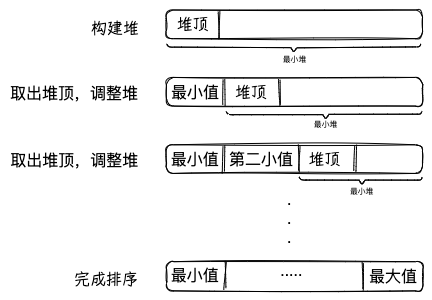
iDukeLu/iDukeLu.github.io keeps this Excalidraw diagram as excalidraw/sort/heap_sort.excalidraw.png. Above is the earlier version. Source tidied: one line per element, renumbered; positions are measured from the earlier drawing's top-left corner, leaving out a move shared by most shapes.
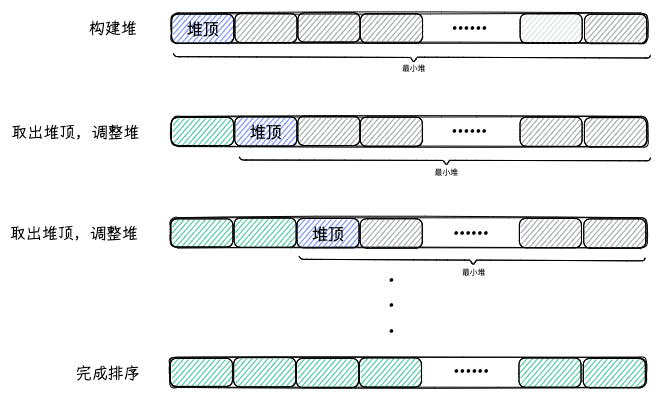
After the change.

What changed in the source:
```diff
@@ -1,44 +1,58 @@
+{"id": 44, "type": "rectangle", "strokeColor": "#000000", "strokeWidth": 1, "roughness": 1, "round": true, "x": 621, "y": -10, "width": 477, "height": 30}
+{"id": 45, "type": "text", "text": "......", "strokeColor": "#000000", "strokeWidth": 1, "roughness": 0, "fontSize": 21.72, "fontFamily": 1, "x": 901, "y": -13, "width": 36, "height": 25}
+{"id": 36, "type": "text", "text": ".\n.\n.", "strokeColor": "#000000", "strokeWidth": 1, "roughness": 0, "fontSize": 21.8, "fontFamily": 1, "x": 838, "y": 136, "width": 6, "height": 76}
+{"id": 46, "type": "text", "text": "取出堆顶，调整堆", "strokeColor": "#000000", "strokeWidth": 1, "roughness": 0, "fontSize": 16, "fontFamily": 1, "x": 462, "y": -3, "width": 128, "height": 19}
+{"id": 37, "type": "text", "text": "完成排序", "strokeColor": "#000000", "strokeWidth": 1, "roughness": 0, "fontSize": 16, "fontFamily": 1, "x": 526, "y": 238, "width": 64, "height": 19}
+{"id": 47, "type": "rectangle", "strokeColor": "#000000", "backgroundColor": "#12b886", "fillStyle": "hachure", "strokeWidth": 1, "roughness": 0, "round": true, "x": 622, "y": -9, "width": 62, "height": 28}
+{"id": 48, "type": "rectangle", "strokeColor": "#000000", "backgroundColor": "#4c6ef5", "fillStyle": "hachure", "strokeWidth": 1, "roughness": 0, "round": true, "x": 685, "y": -10, "width": 62, "height": 29}
+{"id": 49, "type": "text", "text": "堆顶", "strokeColor": "#000000", "backgroundColor": "#4c6ef5", "fillStyle": "hachure", "strokeWidth": 1, "roughness": 0, "fontSize": 16, "fontFamily": 2, "textAlign": "center", "verticalAlign": "middle", "inside": 48, "x": 700, "y": -5, "width": 32, "height": 19}
+{"id": 50, "type": "rectangle", "strokeColor": "#000000", "backgroundColor": "#868e96", "fillStyle": "hachure", "strokeWidth": 1, "roughness": 0, "round": true, "x": 748, "y": -11, "width": 62, "height": 29}
+{"id": 51, "type": "rectangle", "strokeColor": "#000000", "backgroundColor": "#868e96", "fillStyle": "hachure", "strokeWidth": 1, "roughness": 0, "round": true, "x": 810, "y": -10, "width": 62, "height": 29}
+{"id": 52, "type": "rectangle", "strokeColor": "#000000", "backgroundColor": "#868e96", "fillStyle": "hachure", "strokeWidth": 1, "roughness": 0, "round": true, "x": 970, "y": -10, "width": 62, "height": 29}
+{"id": 53, "type": "rectangle", "strokeColor": "#000000", "backgroundColor": "#868e96", "fillStyle": "hachure", "strokeWidth": 1, "roughness": 0, "round": true, "x": 1035, "y": -9, "width": 62, "height": 29}
+{"id": 54, "type": "rectangle", "strokeColor": "#000000", "strokeWidth": 1, "roughness": 1, "round": true, "x": 620, "y": 91, "width": 477, "height": 30}
+{"id": 55, "type": "text", "text": "......", "strokeColor": "#000000", "strokeWidth": 1, "roughness": 0, "fontSize": 21.72, "fontFamily": 1, "x": 903, "y": 89, "width": 36, "height": 25}
+{"id": 56, "type": "rectangle", "strokeColor": "#000000", "backgroundColor": "#12b886", "fillStyle": "hachure", "strokeWidth": 1, "roughness": 0, "round": true, "x": 621, "y": 92, "width": 62, "height": 28}
+{"id": 57, "type": "rectangle", "strokeColor": "#000000", "backgroundColor": "#12b886", "fillStyle": "hachure", "strokeWidth": 1, "roughness": 0, "round": true, "x": 684, "y": 91, "width": 62, "height": 29}
+{"id": 58, "type": "rectangle", "strokeColor": "#000000", "backgroundColor": "#4c6ef5", "fillStyle": "hachure", "strokeWidth": 1, "roughness": 0, "round": true, "x": 747, "y": 92, "width": 62, "height": 29}
+{"id": 59, "type": "text", "text": "堆顶", "strokeColor": "#000000", "backgroundColor": "#4c6ef5", "fillStyle": "hachure", "strokeWidth": 1, "roughness": 0, "fontSize": 16, "fontFamily": 2, "textAlign": "center", "verticalAlign": "middle", "inside": 58, "x": 762, "y": 97, "width": 32, "height": 19}
+{"id": 60, "type": "rectangle", "strokeColor": "#000000", "backgroundColor": "#868e96", "fillStyle": "hachure", "strokeWidth": 1, "roughness": 0, "round": true, "x": 810, "y": 92, "width": 62, "height": 29}
+{"id": 61, "type": "rectangle", "strokeColor": "#000000", "backgroundColor": "#868e96", "fillStyle": "hachure", "strokeWidth": 1, "roughness": 0, "round": true, "x": 970, "y": 92, "width": 62, "height": 29}
+{"id": 62, "type": "rectangle", "strokeColor": "#000000", "backgroundColor": "#868e96", "fillStyle": "hachure", "strokeWidth": 1, "roughness": 0, "round": true, "x": 1034, "y": 92, "width": 62, "height": 29}
+{"id": 63, "type": "rectangle", "strokeColor": "#000000", "strokeWidth": 1, "roughness": 1, "round": true, "x": 620, "y": 230, "width": 477, "height": 30}
+{"id": 64, "type": "text", "text": "......", "strokeColor": "#000000", "strokeWidth": 1, "roughness": 0, "fontSize": 21.72, "fontFamily": 1, "x": 903, "y": 227, "width": 36, "height": 25}
+{"id": 65, "type": "rectangle", "strokeColor": "#000000", "backgroundColor": "#12b886", "fillStyle": "hachure", "strokeWidth": 1, "roughness": 0, "round": true, "x": 621, "y": 232, "width": 62, "height": 28}
+{"id": 66, "type": "rectangle", "strokeColor": "#000000", "backgroundColor": "#12b886", "fillStyle": "hachure", "strokeWidth": 1, "roughness": 0, "round": true, "x": 684, "y": 231, "width": 62, "height": 29}
+{"id": 67, "type": "rectangle", "strokeColor": "#000000", "backgroundColor": "#12b886", "fillStyle": "hachure", "strokeWidth": 1, "roughness": 0, "round": true, "x": 747, "y": 232, "width": 62, "height": 29}
+{"id": 68, "type": "rectangle", "strokeColor": "#000000", "backgroundColor": "#12b886", "fillStyle": "hachure", "strokeWidth": 1, "roughness": 0, "round": true, "x": 810, "y": 231, "width": 62, "height": 29}
+{"id": 69, "type": "rectangle", "strokeColor": "#000000", "backgroundColor": "#12b886", "fillStyle": "hachure", "strokeWidth": 1, "roughness": 0, "round": true, "x": 969, "y": 231, "width": 62, "height": 29}
+{"id": 70, "type": "rectangle", "strokeColor": "#000000", "backgroundColor": "#12b886", "fillStyle": "hachure", "strokeWidth": 1, "roughness": 0, "round": true, "x": 1033, "y": 232, "width": 62, "height": 29}
+{"id": 71, "type": "line", "strokeColor": "#000000", "strokeWidth": 1, "roughness": 0, "round": true, "x": 689, "y": 30, "width": 8, "height": 3, "points": [[0, 0], [3, 3], [8, 3]]}
+{"id": 72, "type": "line", "strokeColor": "#000000", "strokeWidth": 1, "roughness": 0, "round": true, "x": 697, "y": 33, "width": 196, "height": 0, "points": [[0, 0], [196, 0]]}
+{"id": 73, "type": "line", "strokeColor": "#000000", "strokeWidth": 1, "roughness": 0, "round": true, "x": 893, "y": 34, "width": 6, "height": 4, "points": [[0, 0], [3, 4], [6, 0]]}
+{"id": 74, "type": "line", "strokeColor": "#000000", "strokeWidth": 1, "roughness": 0, "round": true, "x": 1096, "y": 34, "width": 5, "height": 3, "points": [[0, 0], [3, 0], [5, -3]]}
+{"id": 75, "type": "text", "text": "最小堆", "strokeColor": "#000000", "strokeWidth": 1, "roughness": 0, "fontSize": 7.86, "fontFamily": 2, "x": 885, "y": 41, "width": 24, "height": 8}
+{"id": 76, "type": "line", "strokeColor": "#000000", "strokeWidth": 1, "roughness": 0, "round": true, "x": 900, "y": 34, "width": 196, "height": 0, "points": [[0, 0], [196, 0]]}
+{"id": 77, "type": "line", "strokeColor": "#000000", "strokeWidth": 1, "roughness": 0, "round": true, "x": 749, "y": 129, "width": 8, "height": 3, "points": [[0, 0], [3, 3], [8, 3]]}
+{"id": 78, "type": "line", "strokeColor": "#000000", "strokeWidth": 1, "roughness": 0, "round": true, "x": 757, "y": 133, "width": 163, "height": 1, "points": [[0, 0], [163, 1]]}
+{"id": 79, "type": "line", "strokeColor": "#000000", "strokeWidth": 1, "roughness": 0, "round": true, "x": 920, "y": 134, "width": 6, "height": 4, "points": [[0, 0], [3, 4], [6, 0]]}
+{"id": 80, "type": "line", "strokeColor": "#000000", "strokeWidth": 1, "roughness": 0, "round": true, "x": 1090, "y": 134, "width": 5, "height": 3, "points": [[0, 0], [3, 0], [5, -3]]}
+{"id": 81, "type": "text", "text": "最小堆", "strokeColor": "#000000", "strokeWidth": 1, "roughness": 0, "fontSize": 7.86, "fontFamily": 2, "x": 912, "y": 141, "width": 24, "height": 8}
+{"id": 82, "type": "line", "strokeColor": "#000000", "strokeWidth": 1, "roughness": 0, "round": true, "x": 927, "y": 133, "width": 164, "height": 1, "points": [[0, 0], [164, 1]]}
+{"id": 83, "type": "rectangle", "strokeColor": "#000000", "strokeWidth": 1, "roughness": 1, "round": true, "x": 621, "y": -114, "width": 477, "height": 30}
+{"id": 84, "type": "text", "text": "......", "strokeColor": "#000000", "strokeWidth": 1, "roughness": 0, "fontSize": 21.72, "fontFamily": 1, "x": 902, "y": -117, "width": 36, "height": 25}
-{"id": 0, "type": "text", "text": "构建堆", "strokeColor": "#000000", "strokeWidth": 1, "roughness": 1, "fontSize": 16, "fontFamily": 1, "x": 81, "y": 9, "width": 48, "height": 19}
+{"id": 0, "type": "text", "text": "构建堆", "strokeColor": "#000000", "strokeWidth": 1, "roughness": 0, "fontSize": 16, "fontFamily": 1, "x": 539, "y": -108, "width": 48, "height": 19}
-{"id": 1, "type": "rectangle", "strokeColor": "#000000", "strokeWidth": 1, "roughness": 1, "round": true, "x": 156, "y": 0, "width": 256, "height": 29}
-{"id": 2, "type": "line", "strokeColor": "#000000", "strokeWidth": 1, "roughness": 1, "round": true, "x": 209, "y": 1, "width": 1, "height": 26, "points": [[0, 0], [-1, 26]]}
-{"id": 3, "type": "text", "text": "堆顶", "strokeColor": "#000000", "strokeWidth": 1, "roughness": 1, "fontSize": 16, "fontFamily": 1, "x": 167, "y": 6, "width": 32, "height": 19}
-{"id": 4, "type": "rectangle", "strokeColor": "#000000", "strokeWidth": 1, "roughness": 1, "round": true, "x": 156, "y": 67, "width": 256, "height": 29}
-{"id": 5, "type": "line", "strokeColor": "#000000", "strokeWidth": 1, "roughness": 1, "round": true, "x": 270, "y": 69, "width": 1, "height": 26, "points": [[0, 0], [-1, 26]]}
-{"id": 6, "type": "text", "text": "堆顶", "strokeColor": "#000000", "strokeWidth": 1, "roughness": 1, "fontSize": 16, "fontFamily": 1, "x": 225, "y": 74, "width": 32, "height": 19}
-{"id": 7, "type": "line", "strokeColor": "#000000", "strokeWidth": 1, "roughness": 1, "round": true, "x": 214, "y": 69, "width": 1, "height": 26, "points": [[0, 0], [-1, 26]]}
-{"id": 8, "type": "text", "text": "最小值", "strokeColor": "#000000", "strokeWidth": 1, "roughness": 1, "fontSize": 16, "fontFamily": 2, "x": 161, "y": 71, "width": 48, "height": 19}
-{"id": 9, "type": "text", "text": "取出堆顶，调整堆", "strokeColor": "#000000", "strokeWidth": 1, "roughness": 1, "fontSize": 16, "fontFamily": 2, "x": 0, "y": 73, "width": 128, "height": 19}
-{"id": 10, "type": "rectangle", "strokeColor": "#000000", "strokeWidth": 1, "roughness": 1, "round": true, "x": 156, "y": 135, "width": 256, "height": 29}
-{"id": 11, "type": "line", "strokeColor": "#000000", "strokeWidth": 1, "roughness": 1, "round": true, "x": 346, "y": 136, "width": 1, "height": 26, "points": [[0, 0], [-1, 26]]}
-{"id": 12, "type": "text", "text": "堆顶", "strokeColor": "#000000", "strokeWidth": 1, "roughness": 1, "fontSize": 16, "fontFamily": 1, "x": 299, "y": 141, "width": 32, "height": 19}
-{"id": 13, "type": "line", "strokeColor": "#000000", "strokeWidth": 1, "roughness": 1, "round": true, "x": 289, "y": 135, "width": 1, "height": 26, "points": [[0, 0], [-1, 26]]}
-{"id": 14, "type": "text", "text": "最小值", "strokeColor": "#000000", "strokeWidth": 1, "roughness": 1, "fontSize": 16, "fontFamily": 2, "x": 161, "y": 139, "width": 48, "height": 19}
-{"id": 15, "type": "text", "text": "取出堆顶，调整堆", "strokeColor": "#000000", "strokeWidth": 1, "roughness": 1, "fontSize": 16, "fontFamily": 2, "x": 0, "y": 140, "width": 128, "height": 19}
-{"id": 16, "type": "line", "strokeColor": "#000000", "strokeWidth": 1, "roughness": 1, "round": true, "x": 214, "y": 137, "width": 1, "height": 26, "points": [[0, 0], [-1, 26]]}
-{"id": 17, "type": "text", "text": "第二小值", "strokeColor": "#000000", "strokeWidth": 1, "roughness": 1, "fontSize": 16, "fontFamily": 2, "x": 219, "y": 139, "width": 64, "height": 19}
-{"id": 18, "type": "line", "strokeColor": "#000000", "strokeWidth": 1, "roughness": 0, "round": true, "x": 157, "y": 34, "width": 8, "height": 3, "points": [[0, 0], [3, 3], [8, 3]]}
-{"id": 19, "type": "line", "strokeColor": "#000000", "strokeWidth": 1, "roughness": 0, "round": true, "x": 164, "y": 37, "width": 117, "height": 1, "points": [[0, 0], [117, 1]]}
-{"id": 20, "type": "line", "strokeColor": "#000000", "strokeWidth": 1, "roughness": 0, "round": true, "x": 281, "y": 38, "width": 6, "height": 4, "points": [[0, 0], [3, 4], [6, 0]]}
-{"id": 21, "type": "line", "strokeColor": "#000000", "strokeWidth": 1, "roughness": 0, "round": true, "x": 287, "y": 38, "width": 119, "height": 1, "points": [[0, 0], [119, -1]]}
-{"id": 22, "type": "line", "strokeColor": "#000000", "strokeWidth": 1, "roughness": 0, "round": true, "x": 406, "y": 37, "width": 5, "height": 3, "points": [[0, 0], [3, 0], [5, -3]]}
-{"id": 23, "type": "text", "text": "最小堆", "strokeColor": "#000000", "strokeWidth": 1, "roughness": 0, "fontSize": 7.86, "fontFamily": 2, "x": 273, "y": 44, "width": 24, "height": 9}
-{"id": 24, "type": "line", "strokeColor": "#000000", "strokeWidth": 1, "roughness": 0, "round": true, "x": 216, "y": 102, "width": 8, "height": 3, "points": [[0, 0], [3, 3], [8, 3]]}
-{"id": 25, "type": "line", "strokeColor": "#000000", "strokeWidth": 1, "roughness": 0, "round": true, "x": 224, "y": 105, "width": 89, "height": 0, "points": [[0, 0], [89, 0]]}
-{"id": 26, "type": "line", "strokeColor": "#000000", "strokeWidth": 1, "roughness": 0, "round": true, "x": 313, "y": 105, "width": 6, "height": 4, "points": [[0, 0], [3, 4], [6, 0]]}
-{"id": 27, "type": "line", "strokeColor": "#000000", "strokeWidth": 1, "roughness": 0, "round": true, "x": 407, "y": 104, "width": 5, "height": 3, "points": [[0, 0], [3, 0], [5, -3]]}
-{"id": 28, "type": "text", "text": "最小堆", "strokeColor": "#000000", "strokeWidth": 1, "roughness": 0, "fontSize": 7.86, "fontFamily": 2, "x": 304, "y": 109, "width": 24, "height": 9}
-{"id": 29, "type": "line", "strokeColor": "#000000", "strokeWidth": 1, "roughness": 0, "round": true, "x": 319, "y": 104, "width": 89, "height": 0, "points": [[0, 0], [89, 0]]}
-{"id": 30, "type": "line", "strokeColor": "#000000", "strokeWidth": 1, "roughness": 0, "round": true, "x": 289, "y": 167, "width": 8, "height": 3, "points": [[0, 0], [3, 3], [8, 3]]}
-{"id": 31, "type": "line", "strokeColor": "#000000", "strokeWidth": 1, "roughness": 0, "round": true, "x": 296, "y": 170, "width": 53, "height": 0, "points": [[0, 0], [53, 0]]}
-{"id": 32, "type": "line", "strokeColor": "#000000", "strokeWidth": 1, "roughness": 0, "round": true, "x": 349, "y": 170, "width": 6, "height": 4, "points": [[0, 0], [3, 4], [6, 0]]}
-{"id": 33, "type": "line", "strokeColor": "#000000", "strokeWidth": 1, "roughness": 0, "round": true, "x": 407, "y": 170, "width": 5, "height": 3, "points": [[0, 0], [3, 0], [5, -3]]}
-{"id": 34, "type": "text", "text": "最小堆", "strokeColor": "#000000", "strokeWidth": 1, "roughness": 0, "fontSize": 7.86, "fontFamily": 2, "x": 340, "y": 176, "width": 24, "height": 9}
-{"id": 35, "type": "line", "strokeColor": "#000000", "strokeWidth": 1, "roughness": 0, "round": true, "x": 355, "y": 170, "width": 53, "height": 0, "points": [[0, 0], [53, 0]]}
-{"id": 36, "type": "text", "text": ".\n.\n.", "strokeColor": "#000000", "strokeWidth": 1, "roughness": 0, "fontSize": 16, "fontFamily": 2, "x": 277, "y": 179, "width": 4, "height": 58}
-{"id": 37, "type": "text", "text": "完成排序", "strokeColor": "#000000", "strokeWidth": 1, "roughness": 1, "fontSize": 16, "fontFamily": 1, "x": 64, "y": 260, "width": 64, "height": 19}
-{"id": 38, "type": "rectangle", "strokeColor": "#000000", "strokeWidth": 1, "roughness": 1, "round": true, "x": 157, "y": 252, "width": 256, "height": 29}
-{"id": 39, "type": "line", "strokeColor": "#000000", "strokeWidth": 1, "roughness": 1, "round": true, "x": 216, "y": 252, "width": 1, "height": 26, "points": [[0, 0], [-1, 26]]}
-{"id": 40, "type": "text", "text": "最小值", "strokeColor": "#000000", "strokeWidth": 1, "roughness": 1, "fontSize": 16, "fontFamily": 2, "x": 161, "y": 255, "width": 48, "height": 19}
-{"id": 41, "type": "text", "text": "最大值", "strokeColor": "#000000", "strokeWidth": 1, "roughness": 1, "fontSize": 16, "fontFamily": 2, "x": 359, "y": 256, "width": 48, "height": 19}
-{"id": 42, "type": "line", "strokeColor": "#000000", "strokeWidth": 1, "roughness": 1, "round": true, "x": 353, "y": 253, "width": 1, "height": 26, "points": [[0, 0], [-1, 26]]}
-{"id": 43, "type": "text", "text": ".....", "strokeColor": "#000000", "strokeWidth": 1, "roughness": 0, "fontSize": 16, "fontFamily": 2, "x": 270, "y": 250, "width": 22, "height": 19}
+{"id": 85, "type": "rectangle", "strokeColor": "#000000", "backgroundColor": "#4c6ef5", "fillStyle": "hachure", "strokeWidth": 1, "roughness": 0, "round": true, "x": 622, "y": -113, "width": 62, "height": 29}
+{"id": 86, "type": "text", "text": "堆顶", "strokeColor": "#000000", "backgroundColor": "#4c6ef5", "fillStyle": "hachure", "strokeWidth": 1, "roughness": 0, "fontSize": 16, "fontFamily": 2, "textAlign": "center", "verticalAlign": "middle", "inside": 85, "x": 637, "y": -108, "width": 32, "height": 19}
+{"id": 87, "type": "rectangle", "strokeColor": "#000000", "backgroundColor": "#868e96", "fillStyle": "hachure", "strokeWidth": 1, "roughness": 0, "round": true, "x": 685, "y": -113, "width": 62, "height": 29}
+{"id": 88, "type": "rectangle", "strokeColor": "#000000", "backgroundColor": "#868e96", "fillStyle": "hachure", "strokeWidth": 1, "roughness": 0, "round": true, "x": 748, "y": -114, "width": 62, "height": 29}
+{"id": 89, "type": "rectangle", "strokeColor": "#000000", "backgroundColor": "#868e96", "fillStyle": "hachure", "strokeWidth": 1, "roughness": 0, "round": true, "x": 811, "y": -113, "width": 62, "height": 29}
+{"id": 90, "type": "rectangle", "strokeColor": "#000000", "backgroundColor": "#ced4da", "fillStyle": "hachure", "strokeWidth": 1, "roughness": 0, "round": true, "x": 970, "y": -113, "width": 62, "height": 29}
+{"id": 91, "type": "rectangle", "strokeColor": "#000000", "backgroundColor": "#868e96", "fillStyle": "hachure", "strokeWidth": 1, "roughness": 0, "round": true, "x": 1035, "y": -113, "width": 62, "height": 29}
+{"id": 92, "type": "line", "strokeColor": "#000000", "strokeWidth": 1, "roughness": 0, "round": true, "x": 623, "y": -73, "width": 8, "height": 3, "points": [[0, 0], [3, 3], [8, 3]]}
+{"id": 93, "type": "line", "strokeColor": "#000000", "strokeWidth": 1, "roughness": 0, "round": true, "x": 631, "y": -70, "width": 229, "height": 1, "points": [[0, 0], [229, 1]]}
+{"id": 94, "type": "line", "strokeColor": "#000000", "strokeWidth": 1, "roughness": 0, "round": true, "x": 861, "y": -69, "width": 6, "height": 4, "points": [[0, 0], [3, 4], [6, 0]]}
+{"id": 95, "type": "line", "strokeColor": "#000000", "strokeWidth": 1, "roughness": 0, "round": true, "x": 1096, "y": -69, "width": 5, "height": 3, "points": [[0, 0], [3, 0], [5, -3]]}
+{"id": 96, "type": "text", "text": "最小堆", "strokeColor": "#000000", "strokeWidth": 1, "roughness": 0, "fontSize": 7.86, "fontFamily": 2, "x": 852, "y": -63, "width": 24, "height": 8}
+{"id": 97, "type": "line", "strokeColor": "#000000", "strokeWidth": 1, "roughness": 0, "round": true, "x": 867, "y": -70, "width": 229, "height": 1, "points": [[0, 0], [229, 1]]}
+{"id": 98, "type": "text", "text": "取出堆顶，调整堆", "strokeColor": "#000000", "strokeWidth": 1, "roughness": 0, "fontSize": 16, "fontFamily": 1, "x": 460, "y": 98, "width": 128, "height": 19}
```
